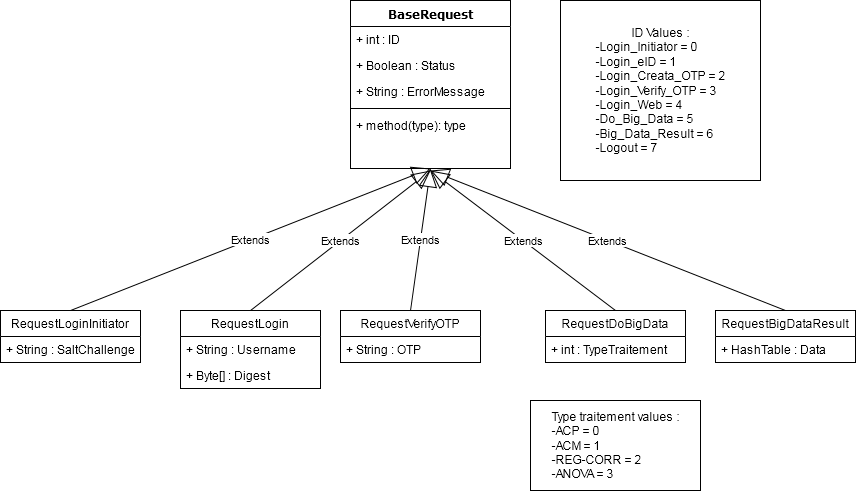
Above: Protocole/Protocole.png in Sirorco/Isil-Data-Scientist (draw.io), before the change. Source tidied: cells renumbered, new cells last; positions are measured from the earlier drawing's top-left corner, leaving out a move shared by most shapes.
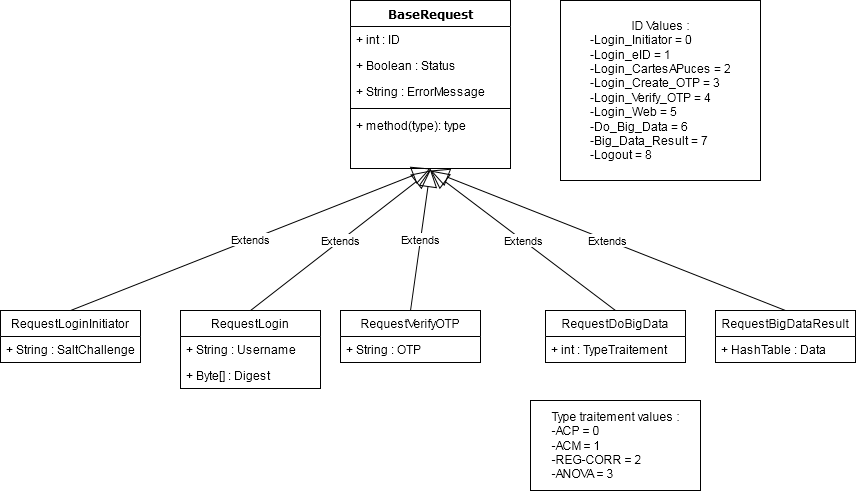
After the change.

Commit message:
#7 New ID for login cartes à puces

The edit, as a diff of the source:
```diff
@@ -43,7 +43,7 @@
         <mxPoint x="430" y="170" as="targetPoint" />
       </mxGeometry>
     </mxCell>
-    <mxCell id="15" value="ID Values :&lt;br&gt;&lt;div align=&quot;left&quot;&gt;-Login_Initiator = 0&lt;br&gt;&lt;/div&gt;&lt;div align=&quot;left&quot;&gt;-Login_eID = 1&lt;/div&gt;&lt;div align=&quot;left&quot;&gt;-Login_Creata_OTP = 2&lt;/div&gt;&lt;div align=&quot;left&quot;&gt;-Login_Verify_OTP = 3&lt;br&gt;&lt;/div&gt;&lt;div align=&quot;left&quot;&gt;-Login_Web = 4&lt;br&gt;&lt;/div&gt;&lt;div align=&quot;left&quot;&gt;-Do_Big_Data = 5&lt;br&gt;&lt;/div&gt;&lt;div align=&quot;left&quot;&gt;-Big_Data_Result = 6&lt;br&gt;&lt;/div&gt;&lt;div align=&quot;left&quot;&gt;-Logout = 7&lt;br&gt;&lt;/div&gt;" style="html=1;" parent="1" vertex="1">
+    <mxCell id="15" value="ID Values :&lt;br&gt;&lt;div align=&quot;left&quot;&gt;-Login_Initiator = 0&lt;br&gt;&lt;/div&gt;&lt;div align=&quot;left&quot;&gt;-Login_eID = 1&lt;/div&gt;&lt;div align=&quot;left&quot;&gt;-Login_CartesAPuces = 2&lt;br&gt;&lt;/div&gt;&lt;div align=&quot;left&quot;&gt;-Login_Create_OTP = 3&lt;br&gt;&lt;/div&gt;&lt;div align=&quot;left&quot;&gt;-Login_Verify_OTP = 4&lt;br&gt;&lt;/div&gt;&lt;div align=&quot;left&quot;&gt;-Login_Web = 5&lt;br&gt;&lt;/div&gt;&lt;div align=&quot;left&quot;&gt;-Do_Big_Data = 6&lt;br&gt;&lt;/div&gt;&lt;div align=&quot;left&quot;&gt;-Big_Data_Result = 7&lt;br&gt;&lt;/div&gt;&lt;div align=&quot;left&quot;&gt;-Logout = 8&lt;br&gt;&lt;/div&gt;" style="html=1;" parent="1" vertex="1">
       <mxGeometry x="560" width="200" height="180" as="geometry" />
     </mxCell>
     <mxCell id="16" value="RequestDoBigData" style="swimlane;fontStyle=0;horizontal=1;startSize=26;fillColor=none;" parent="1" vertex="1">
```
